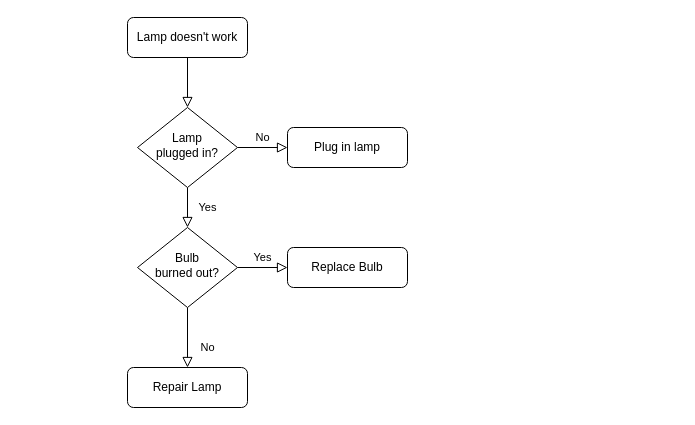
Above: 未命名绘图.drawio in johnran103/diagrams (draw.io), before the change. Source tidied: cells renumbered, new cells numbered last; positions are measured from the earlier drawing's top-left corner, leaving out a move shared by most shapes. Both pictures are drawn from the tidied source at 100%, with x=0, y=0 at pixel (127, 17).
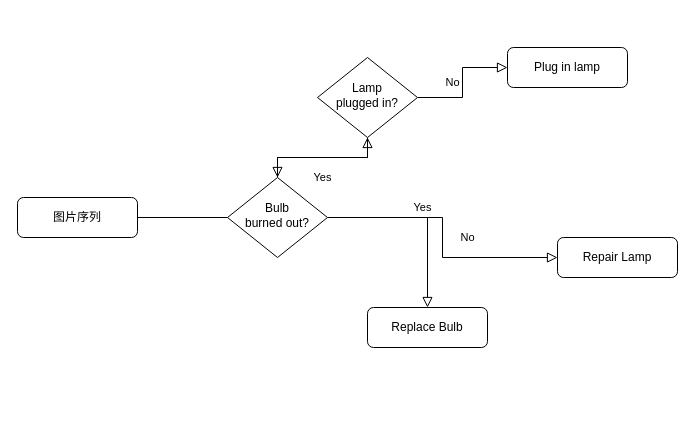
The same page after the edit.

Change to the diagram source:
```diff
@@
 <mxGraphModel>
   <root>
     <mxCell id="0" />
     <mxCell id="1" parent="0" />
-    <mxCell id="2" style="rounded=0;html=1;jettySize=auto;fontSize=11;endArrow=block;endFill=0;endSize=8;strokeWidth=1;shadow=0;labelBackgroundColor=none;edgeStyle=orthogonalEdgeStyle;" parent="1" edge="1" source="3" target="6">
+    <mxCell id="2" style="rounded=0;html=1;jettySize=auto;fontSize=11;endArrow=block;endFill=0;endSize=8;strokeWidth=1;shadow=0;labelBackgroundColor=none;edgeStyle=orthogonalEdgeStyle;startArrow=none;" parent="1" edge="1" source="10" target="6">
       <mxGeometry relative="1" as="geometry" />
     </mxCell>
-    <mxCell id="3" value="Lamp doesn't work" style="rounded=1;whiteSpace=wrap;html=1;fontSize=12;glass=0;strokeWidth=1;shadow=0;" parent="1" vertex="1">
-      <mxGeometry width="120" height="40" as="geometry" />
+    <mxCell id="3" value="图片序列" style="rounded=1;whiteSpace=wrap;html=1;fontSize=12;glass=0;strokeWidth=1;shadow=0;" parent="1" vertex="1">
+      <mxGeometry x="-110" y="180" width="120" height="40" as="geometry" />
     </mxCell>
     <mxCell id="4" value="Yes" style="rounded=0;html=1;jettySize=auto;fontSize=11;endArrow=block;endFill=0;endSize=8;strokeWidth=1;shadow=0;labelBackgroundColor=none;edgeStyle=orthogonalEdgeStyle;" parent="1" edge="1" source="6" target="10">
       <mxGeometry y="20" relative="1" as="geometry" />
     </mxCell>
     <mxCell id="5" value="No" style="edgeStyle=orthogonalEdgeStyle;rounded=0;html=1;jettySize=auto;fontSize=11;endArrow=block;endFill=0;endSize=8;strokeWidth=1;shadow=0;labelBackgroundColor=none;" parent="1" edge="1" source="6" target="7">
       <mxGeometry y="10" relative="1" as="geometry" />
     </mxCell>
     <mxCell id="6" value="Lamp&lt;br&gt;plugged in?" style="rhombus;whiteSpace=wrap;html=1;shadow=0;fontFamily=Helvetica;fontSize=12;align=center;strokeWidth=1;spacing=6;spacingTop=-4;" parent="1" vertex="1">
-      <mxGeometry x="10" y="90" width="100" height="80" as="geometry" />
+      <mxGeometry x="190" y="40" width="100" height="80" as="geometry" />
     </mxCell>
     <mxCell id="7" value="Plug in lamp" style="rounded=1;whiteSpace=wrap;html=1;fontSize=12;glass=0;strokeWidth=1;shadow=0;" parent="1" vertex="1">
-      <mxGeometry x="160" y="110" width="120" height="40" as="geometry" />
+      <mxGeometry x="380" y="30" width="120" height="40" as="geometry" />
     </mxCell>
     <mxCell id="8" value="No" style="rounded=0;html=1;jettySize=auto;fontSize=11;endArrow=block;endFill=0;endSize=8;strokeWidth=1;shadow=0;labelBackgroundColor=none;edgeStyle=orthogonalEdgeStyle;" parent="1" edge="1" source="10" target="11">
       <mxGeometry x="0.33" y="20" relative="1" as="geometry" />
     </mxCell>
     <mxCell id="9" value="Yes" style="edgeStyle=orthogonalEdgeStyle;rounded=0;html=1;jettySize=auto;fontSize=11;endArrow=block;endFill=0;endSize=8;strokeWidth=1;shadow=0;labelBackgroundColor=none;" parent="1" edge="1" source="10" target="12">
       <mxGeometry y="10" relative="1" as="geometry" />
     </mxCell>
-    <mxCell id="10" value="Bulb&lt;br&gt;burned out?" style="rhombus;whiteSpace=wrap;html=1;shadow=0;fontFamily=Helvetica;fontSize=12;align=center;strokeWidth=1;spacing=6;spacingTop=-4;" parent="1" vertex="1">
-      <mxGeometry x="10" y="210" width="100" height="80" as="geometry" />
-    </mxCell>
     <mxCell id="11" value="Repair Lamp" style="rounded=1;whiteSpace=wrap;html=1;fontSize=12;glass=0;strokeWidth=1;shadow=0;" parent="1" vertex="1">
-      <mxGeometry y="350" width="120" height="40" as="geometry" />
+      <mxGeometry x="430" y="220" width="120" height="40" as="geometry" />
     </mxCell>
     <mxCell id="12" value="Replace Bulb" style="rounded=1;whiteSpace=wrap;html=1;fontSize=12;glass=0;strokeWidth=1;shadow=0;" parent="1" vertex="1">
-      <mxGeometry x="160" y="230" width="120" height="40" as="geometry" />
+      <mxGeometry x="240" y="290" width="120" height="40" as="geometry" />
     </mxCell>
+    <mxCell id="10" value="Bulb&lt;br&gt;burned out?" style="rhombus;whiteSpace=wrap;html=1;shadow=0;fontFamily=Helvetica;fontSize=12;align=center;strokeWidth=1;spacing=6;spacingTop=-4;" parent="1" vertex="1">
+      <mxGeometry x="100" y="160" width="100" height="80" as="geometry" />
+    </mxCell>
+    <mxCell id="13" style="rounded=0;html=1;jettySize=auto;fontSize=11;endArrow=none;endFill=0;endSize=8;strokeWidth=1;shadow=0;labelBackgroundColor=none;edgeStyle=orthogonalEdgeStyle;" parent="1" edge="1" source="3" target="10">
+      <mxGeometry relative="1" as="geometry" />
+    </mxCell>
   </root>
 </mxGraphModel>
```
